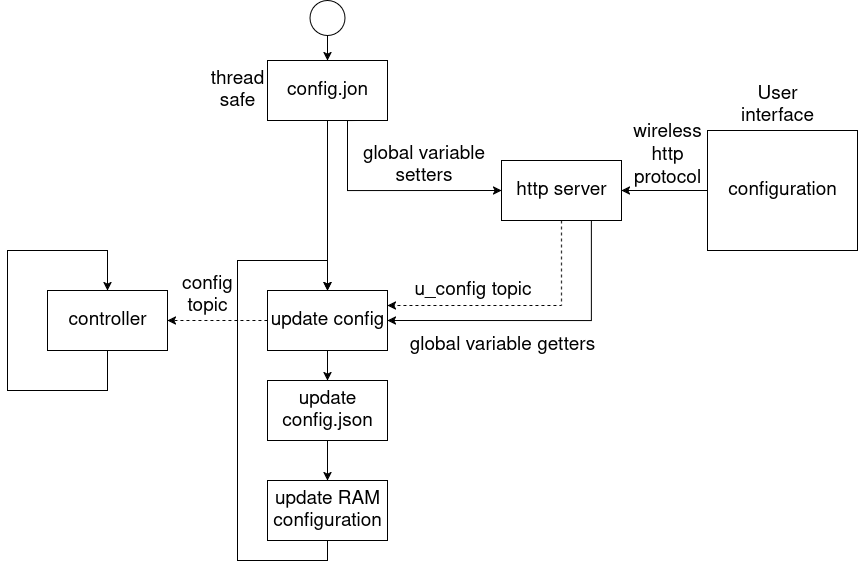
The draw.io diagram Figures/config.png in jlkruger94/Plantilla-para-memoria, before a commit. Source tidied: cells renumbered, new cells last; positions are measured from the earlier drawing's top-left corner, leaving out a move shared by most shapes. Its diagram source:
```xml
<mxGraphModel>
  <root>
    <mxCell id="0" />
    <mxCell id="1" parent="0" />
    <mxCell id="2" style="edgeStyle=orthogonalEdgeStyle;rounded=0;jettySize=auto;html=1;exitX=0;exitY=0.5;exitDx=0;exitDy=0;entryX=1;entryY=0.5;entryDx=0;entryDy=0;fontSize=19;" parent="1" edge="1" source="3" target="6">
      <mxGeometry relative="1" as="geometry" />
    </mxCell>
    <mxCell id="3" value="configuration" style="rounded=0;whiteSpace=wrap;html=1;fontSize=19;" parent="1" vertex="1">
      <mxGeometry x="700" y="130" width="150" height="120" as="geometry" />
    </mxCell>
    <mxCell id="4" style="edgeStyle=orthogonalEdgeStyle;rounded=0;jettySize=auto;html=1;exitX=0.5;exitY=1;exitDx=0;exitDy=0;entryX=1;entryY=0.25;entryDx=0;entryDy=0;dashed=1;fontSize=19;" parent="1" edge="1" source="6" target="27">
      <mxGeometry relative="1" as="geometry" />
    </mxCell>
    <mxCell id="5" style="edgeStyle=orthogonalEdgeStyle;rounded=0;jettySize=auto;html=1;exitX=0.75;exitY=1;exitDx=0;exitDy=0;entryX=1;entryY=0.5;entryDx=0;entryDy=0;fontSize=19;" parent="1" edge="1" source="6" target="27">
      <mxGeometry relative="1" as="geometry">
        <Array as="points">
          <mxPoint x="584" y="320" />
        </Array>
      </mxGeometry>
    </mxCell>
    <mxCell id="6" value="http server" style="rounded=0;whiteSpace=wrap;html=1;fontSize=19;" parent="1" vertex="1">
      <mxGeometry x="494" y="160" width="120" height="60" as="geometry" />
    </mxCell>
    <mxCell id="7" value="controller" style="rounded=0;whiteSpace=wrap;html=1;fontSize=19;" parent="1" vertex="1">
      <mxGeometry x="40" y="290" width="120" height="60" as="geometry" />
    </mxCell>
    <mxCell id="8" style="edgeStyle=orthogonalEdgeStyle;rounded=0;jettySize=auto;html=1;exitX=0;exitY=0.5;exitDx=0;exitDy=0;entryX=1;entryY=0.5;entryDx=0;entryDy=0;dashed=1;fontSize=19;" parent="1" edge="1" source="27" target="7">
      <mxGeometry relative="1" as="geometry" />
    </mxCell>
    <mxCell id="9" style="edgeStyle=orthogonalEdgeStyle;rounded=0;jettySize=auto;html=1;exitX=0.75;exitY=1;exitDx=0;exitDy=0;entryX=0;entryY=0.5;entryDx=0;entryDy=0;fontSize=19;" parent="1" edge="1" source="16" target="6">
      <mxGeometry relative="1" as="geometry">
        <Array as="points">
          <mxPoint x="340" y="120" />
          <mxPoint x="340" y="190" />
        </Array>
      </mxGeometry>
    </mxCell>
    <mxCell id="10" value="config topic" style="text;html=1;align=center;verticalAlign=middle;whiteSpace=wrap;rounded=0;fontSize=19;" parent="1" vertex="1">
      <mxGeometry x="170" y="270" width="60" height="50" as="geometry" />
    </mxCell>
    <mxCell id="11" value="global variable setters" style="text;html=1;align=center;verticalAlign=middle;whiteSpace=wrap;rounded=0;fontSize=19;" parent="1" vertex="1">
      <mxGeometry x="339" y="130" width="155" height="70" as="geometry" />
    </mxCell>
    <mxCell id="12" value="wireless http protocol" style="text;html=1;align=center;verticalAlign=middle;whiteSpace=wrap;rounded=0;fontSize=19;" parent="1" vertex="1">
      <mxGeometry x="630" y="130" width="60" height="50" as="geometry" />
    </mxCell>
    <mxCell id="13" value="User interface" style="text;html=1;align=center;verticalAlign=middle;whiteSpace=wrap;rounded=0;fontSize=19;" parent="1" vertex="1">
      <mxGeometry x="720" y="90" width="100" height="30" as="geometry" />
    </mxCell>
    <mxCell id="14" style="edgeStyle=orthogonalEdgeStyle;rounded=0;orthogonalLoop=1;jettySize=auto;html=1;entryX=0.5;entryY=0;entryDx=0;entryDy=0;exitX=0.5;exitY=1;exitDx=0;exitDy=0;fontSize=19;" parent="1" edge="1" source="7" target="7">
      <mxGeometry relative="1" as="geometry">
        <Array as="points">
          <mxPoint x="100" y="390" />
          <mxPoint y="390" />
          <mxPoint y="250" />
          <mxPoint x="100" y="250" />
        </Array>
      </mxGeometry>
    </mxCell>
    <mxCell id="15" style="edgeStyle=orthogonalEdgeStyle;rounded=0;jettySize=auto;html=1;exitX=0.5;exitY=1;exitDx=0;exitDy=0;entryX=0.5;entryY=0;entryDx=0;entryDy=0;fontSize=19;" parent="1" edge="1" source="16" target="27">
      <mxGeometry relative="1" as="geometry" />
    </mxCell>
    <mxCell id="16" value="config.jon" style="rounded=0;whiteSpace=wrap;html=1;fontSize=19;" parent="1" vertex="1">
      <mxGeometry x="260" y="60" width="120" height="60" as="geometry" />
    </mxCell>
    <mxCell id="17" style="edgeStyle=orthogonalEdgeStyle;rounded=0;jettySize=auto;html=1;exitX=0.5;exitY=1;exitDx=0;exitDy=0;entryX=0.5;entryY=0;entryDx=0;entryDy=0;fontSize=19;" parent="1" edge="1" source="18" target="16">
      <mxGeometry relative="1" as="geometry" />
    </mxCell>
    <mxCell id="18" style="ellipse;whiteSpace=wrap;html=1;fontSize=19;" parent="1" vertex="1">
      <mxGeometry x="302.5" width="35" height="35" as="geometry" />
    </mxCell>
    <mxCell id="19" value="thread safe" style="text;html=1;align=center;verticalAlign=middle;whiteSpace=wrap;rounded=0;fontSize=19;" parent="1" vertex="1">
      <mxGeometry x="200" y="75" width="60" height="30" as="geometry" />
    </mxCell>
    <mxCell id="20" value="u_config topic" style="text;html=1;align=center;verticalAlign=middle;strokeColor=none;fillColor=none;fontSize=19;" parent="1" vertex="1">
      <mxGeometry x="395" y="270" width="140" height="40" as="geometry" />
    </mxCell>
    <mxCell id="21" style="edgeStyle=orthogonalEdgeStyle;rounded=0;jettySize=auto;html=1;exitX=0.5;exitY=1;exitDx=0;exitDy=0;entryX=0.5;entryY=0;entryDx=0;entryDy=0;fontSize=19;" parent="1" edge="1" source="27" target="23">
      <mxGeometry relative="1" as="geometry" />
    </mxCell>
    <mxCell id="22" style="edgeStyle=orthogonalEdgeStyle;rounded=0;jettySize=auto;html=1;exitX=0.5;exitY=1;exitDx=0;exitDy=0;entryX=0.5;entryY=0;entryDx=0;entryDy=0;fontSize=19;" parent="1" edge="1" source="23" target="25">
      <mxGeometry relative="1" as="geometry" />
    </mxCell>
    <mxCell id="23" value="update config.json" style="rounded=0;whiteSpace=wrap;html=1;fontSize=19;" parent="1" vertex="1">
      <mxGeometry x="260" y="380" width="120" height="60" as="geometry" />
    </mxCell>
    <mxCell id="24" style="edgeStyle=orthogonalEdgeStyle;rounded=0;jettySize=auto;html=1;exitX=0.5;exitY=1;exitDx=0;exitDy=0;entryX=0.5;entryY=0;entryDx=0;entryDy=0;fontSize=19;" parent="1" edge="1" source="25" target="27">
      <mxGeometry relative="1" as="geometry">
        <Array as="points">
          <mxPoint x="320" y="560" />
          <mxPoint x="230" y="560" />
          <mxPoint x="230" y="260" />
          <mxPoint x="320" y="260" />
        </Array>
      </mxGeometry>
    </mxCell>
    <mxCell id="25" value="update RAM configuration" style="rounded=0;whiteSpace=wrap;html=1;fontSize=19;" parent="1" vertex="1">
      <mxGeometry x="260" y="480" width="120" height="60" as="geometry" />
    </mxCell>
    <mxCell id="26" value="global variable getters" style="text;html=1;align=center;verticalAlign=middle;whiteSpace=wrap;rounded=0;fontSize=19;" parent="1" vertex="1">
      <mxGeometry x="390" y="340" width="210" height="10" as="geometry" />
    </mxCell>
    <mxCell id="27" value="update config" style="whiteSpace=wrap;html=1;fontSize=19;" parent="1" vertex="1">
      <mxGeometry x="260" y="290" width="120" height="60" as="geometry" />
    </mxCell>
  </root>
</mxGraphModel>
```
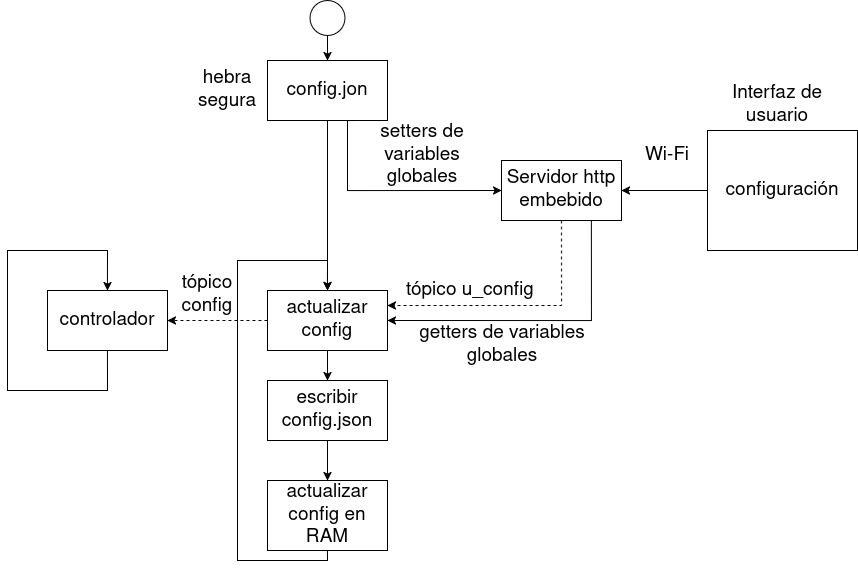
The same diagram one commit later.

Commit message:
corrección de comentarios

Diff of the diagram source:
```diff
@@ -5,7 +5,7 @@
     <mxCell id="2" style="edgeStyle=orthogonalEdgeStyle;rounded=0;jettySize=auto;html=1;exitX=0;exitY=0.5;exitDx=0;exitDy=0;entryX=1;entryY=0.5;entryDx=0;entryDy=0;fontSize=19;" parent="1" edge="1" source="3" target="6">
       <mxGeometry relative="1" as="geometry" />
     </mxCell>
-    <mxCell id="3" value="configuration" style="rounded=0;whiteSpace=wrap;html=1;fontSize=19;" parent="1" vertex="1">
+    <mxCell id="3" value="configuración" style="rounded=0;whiteSpace=wrap;html=1;fontSize=19;" parent="1" vertex="1">
       <mxGeometry x="700" y="130" width="150" height="120" as="geometry" />
     </mxCell>
     <mxCell id="4" style="edgeStyle=orthogonalEdgeStyle;rounded=0;jettySize=auto;html=1;exitX=0.5;exitY=1;exitDx=0;exitDy=0;entryX=1;entryY=0.25;entryDx=0;entryDy=0;dashed=1;fontSize=19;" parent="1" edge="1" source="6" target="27">
@@ -18,10 +18,10 @@
         </Array>
       </mxGeometry>
     </mxCell>
-    <mxCell id="6" value="http server" style="rounded=0;whiteSpace=wrap;html=1;fontSize=19;" parent="1" vertex="1">
+    <mxCell id="6" value="Servidor http embebido" style="rounded=0;whiteSpace=wrap;html=1;fontSize=19;" parent="1" vertex="1">
       <mxGeometry x="494" y="160" width="120" height="60" as="geometry" />
     </mxCell>
-    <mxCell id="7" value="controller" style="rounded=0;whiteSpace=wrap;html=1;fontSize=19;" parent="1" vertex="1">
+    <mxCell id="7" value="controlador" style="rounded=0;whiteSpace=wrap;html=1;fontSize=19;" parent="1" vertex="1">
       <mxGeometry x="40" y="290" width="120" height="60" as="geometry" />
     </mxCell>
     <mxCell id="8" style="edgeStyle=orthogonalEdgeStyle;rounded=0;jettySize=auto;html=1;exitX=0;exitY=0.5;exitDx=0;exitDy=0;entryX=1;entryY=0.5;entryDx=0;entryDy=0;dashed=1;fontSize=19;" parent="1" edge="1" source="27" target="7">
@@ -35,16 +35,16 @@
         </Array>
       </mxGeometry>
     </mxCell>
-    <mxCell id="10" value="config topic" style="text;html=1;align=center;verticalAlign=middle;whiteSpace=wrap;rounded=0;fontSize=19;" parent="1" vertex="1">
+    <mxCell id="10" value="tópico config" style="text;html=1;align=center;verticalAlign=middle;whiteSpace=wrap;rounded=0;fontSize=19;" parent="1" vertex="1">
       <mxGeometry x="170" y="270" width="60" height="50" as="geometry" />
     </mxCell>
-    <mxCell id="11" value="global variable setters" style="text;html=1;align=center;verticalAlign=middle;whiteSpace=wrap;rounded=0;fontSize=19;" parent="1" vertex="1">
-      <mxGeometry x="339" y="130" width="155" height="70" as="geometry" />
+    <mxCell id="11" value="setters de variables globales" style="text;html=1;align=center;verticalAlign=middle;whiteSpace=wrap;rounded=0;fontSize=19;" parent="1" vertex="1">
+      <mxGeometry x="350" y="120" width="130" height="70" as="geometry" />
     </mxCell>
-    <mxCell id="12" value="wireless http protocol" style="text;html=1;align=center;verticalAlign=middle;whiteSpace=wrap;rounded=0;fontSize=19;" parent="1" vertex="1">
+    <mxCell id="12" value="Wi-Fi" style="text;html=1;align=center;verticalAlign=middle;whiteSpace=wrap;rounded=0;fontSize=19;" parent="1" vertex="1">
       <mxGeometry x="630" y="130" width="60" height="50" as="geometry" />
     </mxCell>
-    <mxCell id="13" value="User interface" style="text;html=1;align=center;verticalAlign=middle;whiteSpace=wrap;rounded=0;fontSize=19;" parent="1" vertex="1">
+    <mxCell id="13" value="Interfaz de usuario" style="text;html=1;align=center;verticalAlign=middle;whiteSpace=wrap;rounded=0;fontSize=19;" parent="1" vertex="1">
       <mxGeometry x="720" y="90" width="100" height="30" as="geometry" />
     </mxCell>
     <mxCell id="14" style="edgeStyle=orthogonalEdgeStyle;rounded=0;orthogonalLoop=1;jettySize=auto;html=1;entryX=0.5;entryY=0;entryDx=0;entryDy=0;exitX=0.5;exitY=1;exitDx=0;exitDy=0;fontSize=19;" parent="1" edge="1" source="7" target="7">
@@ -69,11 +69,11 @@
     <mxCell id="18" style="ellipse;whiteSpace=wrap;html=1;fontSize=19;" parent="1" vertex="1">
       <mxGeometry x="302.5" width="35" height="35" as="geometry" />
     </mxCell>
-    <mxCell id="19" value="thread safe" style="text;html=1;align=center;verticalAlign=middle;whiteSpace=wrap;rounded=0;fontSize=19;" parent="1" vertex="1">
-      <mxGeometry x="200" y="75" width="60" height="30" as="geometry" />
+    <mxCell id="19" value="hebra segura" style="text;html=1;align=center;verticalAlign=middle;whiteSpace=wrap;rounded=0;fontSize=19;" parent="1" vertex="1">
+      <mxGeometry x="190" y="75" width="60" height="30" as="geometry" />
     </mxCell>
-    <mxCell id="20" value="u_config topic" style="text;html=1;align=center;verticalAlign=middle;strokeColor=none;fillColor=none;fontSize=19;" parent="1" vertex="1">
-      <mxGeometry x="395" y="270" width="140" height="40" as="geometry" />
+    <mxCell id="20" value="tópico u_config&amp;nbsp;" style="text;html=1;align=center;verticalAlign=middle;strokeColor=none;fillColor=none;fontSize=19;" parent="1" vertex="1">
+      <mxGeometry x="385" y="270" width="160" height="40" as="geometry" />
     </mxCell>
     <mxCell id="21" style="edgeStyle=orthogonalEdgeStyle;rounded=0;jettySize=auto;html=1;exitX=0.5;exitY=1;exitDx=0;exitDy=0;entryX=0.5;entryY=0;entryDx=0;entryDy=0;fontSize=19;" parent="1" edge="1" source="27" target="23">
       <mxGeometry relative="1" as="geometry" />
@@ -81,7 +81,7 @@
     <mxCell id="22" style="edgeStyle=orthogonalEdgeStyle;rounded=0;jettySize=auto;html=1;exitX=0.5;exitY=1;exitDx=0;exitDy=0;entryX=0.5;entryY=0;entryDx=0;entryDy=0;fontSize=19;" parent="1" edge="1" source="23" target="25">
       <mxGeometry relative="1" as="geometry" />
     </mxCell>
-    <mxCell id="23" value="update config.json" style="rounded=0;whiteSpace=wrap;html=1;fontSize=19;" parent="1" vertex="1">
+    <mxCell id="23" value="escribir config.json" style="rounded=0;whiteSpace=wrap;html=1;fontSize=19;" parent="1" vertex="1">
       <mxGeometry x="260" y="380" width="120" height="60" as="geometry" />
     </mxCell>
     <mxCell id="24" style="edgeStyle=orthogonalEdgeStyle;rounded=0;jettySize=auto;html=1;exitX=0.5;exitY=1;exitDx=0;exitDy=0;entryX=0.5;entryY=0;entryDx=0;entryDy=0;fontSize=19;" parent="1" edge="1" source="25" target="27">
@@ -94,13 +94,13 @@
         </Array>
       </mxGeometry>
     </mxCell>
-    <mxCell id="25" value="update RAM configuration" style="rounded=0;whiteSpace=wrap;html=1;fontSize=19;" parent="1" vertex="1">
-      <mxGeometry x="260" y="480" width="120" height="60" as="geometry" />
+    <mxCell id="25" value="actualizar config en RAM" style="rounded=0;whiteSpace=wrap;html=1;fontSize=19;" parent="1" vertex="1">
+      <mxGeometry x="260" y="480" width="120" height="70" as="geometry" />
     </mxCell>
-    <mxCell id="26" value="global variable getters" style="text;html=1;align=center;verticalAlign=middle;whiteSpace=wrap;rounded=0;fontSize=19;" parent="1" vertex="1">
+    <mxCell id="26" value="getters de variables globales" style="text;html=1;align=center;verticalAlign=middle;whiteSpace=wrap;rounded=0;fontSize=19;" parent="1" vertex="1">
       <mxGeometry x="390" y="340" width="210" height="10" as="geometry" />
     </mxCell>
-    <mxCell id="27" value="update config" style="whiteSpace=wrap;html=1;fontSize=19;" parent="1" vertex="1">
+    <mxCell id="27" value="actualizar config" style="whiteSpace=wrap;html=1;fontSize=19;" parent="1" vertex="1">
       <mxGeometry x="260" y="290" width="120" height="60" as="geometry" />
     </mxCell>
   </root>
```
